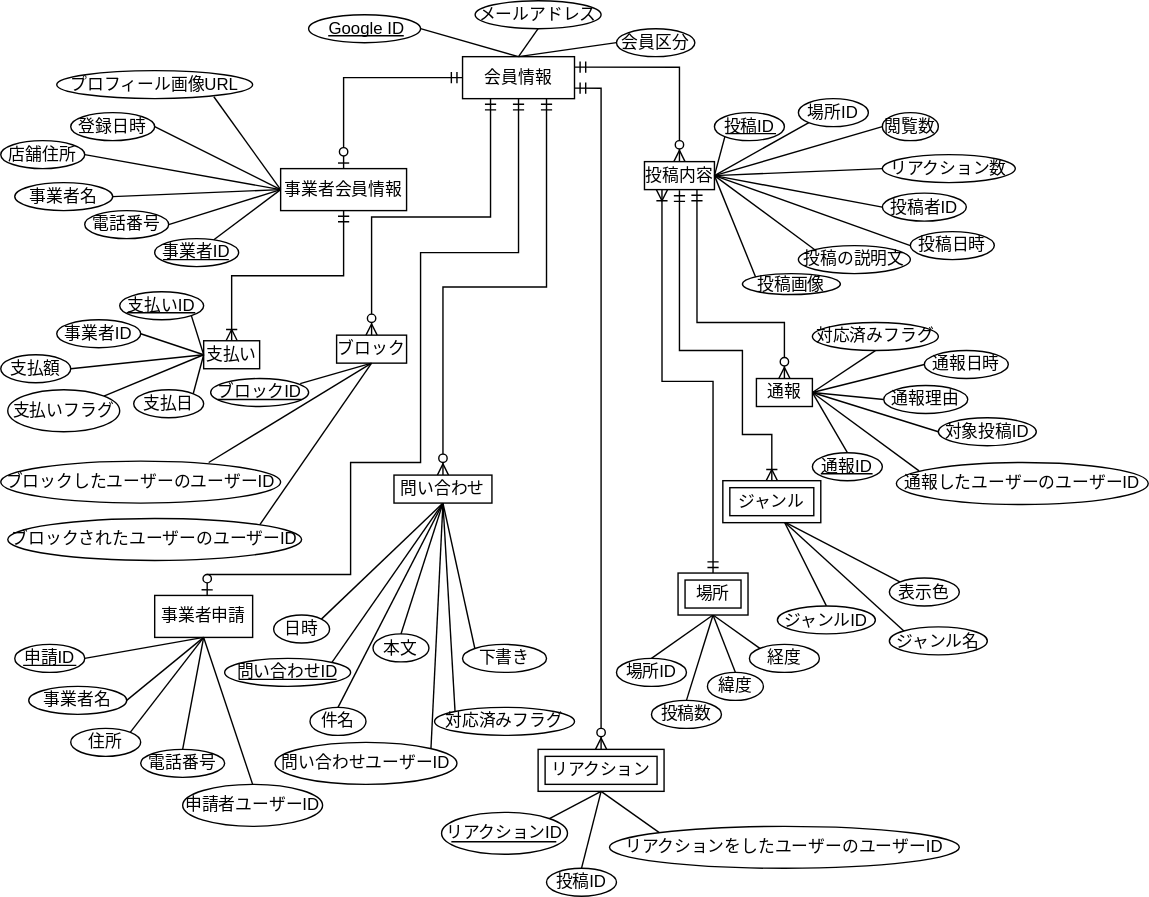
Before: sections/section8_database.svg, a diagram exported from draw.io (KUT-Group12/external-design). Source tidied: cells renumbered, new cells last; positions are measured from the earlier drawing's top-left corner, leaving out a move shared by most shapes.
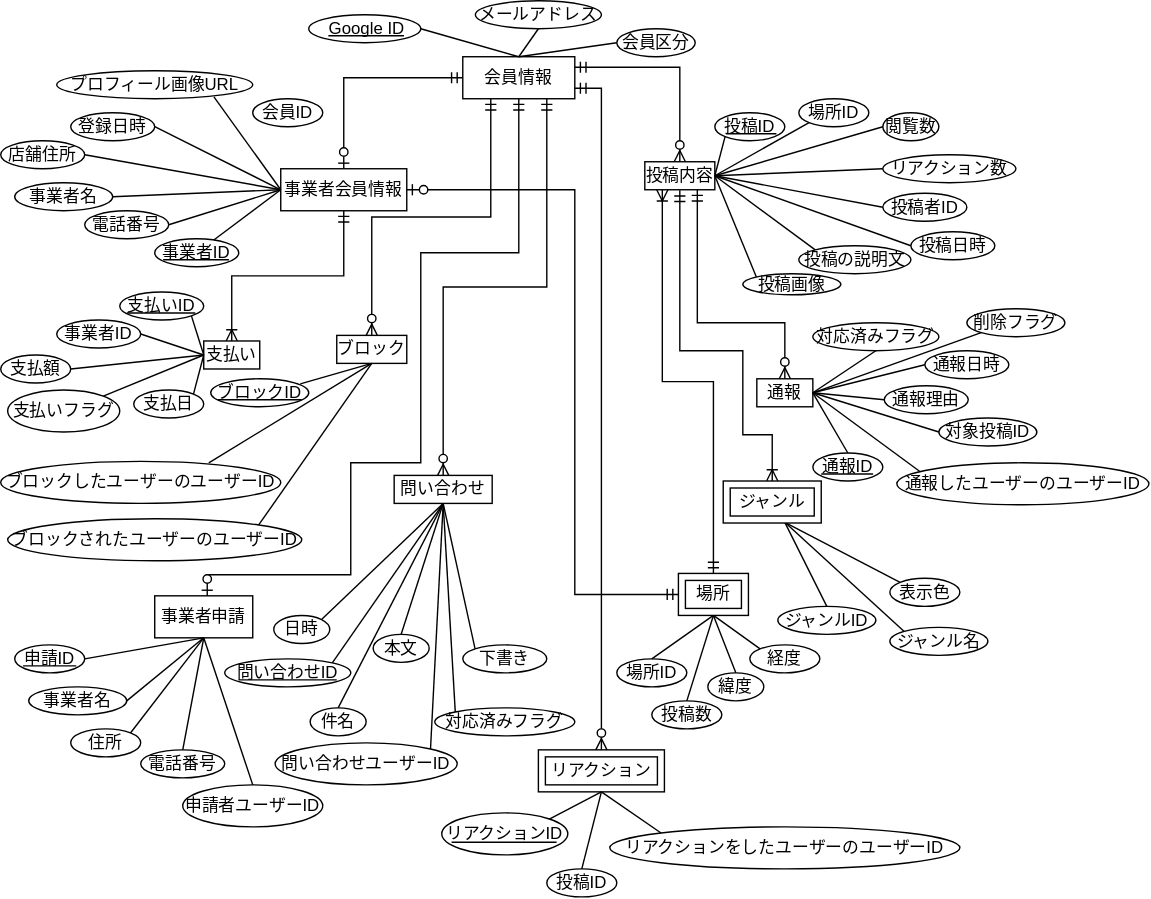
The same diagram one commit later.

Commit message:
docs : データベース設計を修正

- 通報テーブルに投稿の削除フラグを追加
- 問い合わせテーブルから下書きを削除
- 会員テーブルから事業者IDを削除
- 事業者テーブルに会員IDを追加
- 事業者テーブルと場所テーブルをつなげた

Diff of the diagram source:
```diff
@@ -185,7 +185,7 @@
       <mxGeometry relative="1" as="geometry" />
     </mxCell>
     <mxCell id="58" style="group;" parent="1" vertex="1">
-      <mxGeometry x="490" y="230" width="280" height="130" as="geometry" />
+      <mxGeometry x="490" y="230" width="290" height="130" as="geometry" />
     </mxCell>
     <mxCell id="59" value="通報" style="whiteSpace=wrap;html=1;align=center;" parent="58" vertex="1">
       <mxGeometry x="50" y="40" width="40" height="20" as="geometry" />
@@ -252,6 +252,12 @@
         </Array>
       </mxGeometry>
     </mxCell>
+    <mxCell id="146" value="削除フラグ" style="ellipse;whiteSpace=wrap;html=1;align=center;" parent="58" vertex="1">
+      <mxGeometry x="200" y="-10" width="70" height="20" as="geometry" />
+    </mxCell>
+    <mxCell id="147" style="endArrow=none;html=1;rounded=0;entryX=1;entryY=0.5;entryDx=0;entryDy=0;exitX=0;exitY=1;exitDx=0;exitDy=0;" parent="58" edge="1" source="146" target="59">
+      <mxGeometry relative="1" as="geometry" />
+    </mxCell>
     <mxCell id="74" value="ブロックしたユーザーのユーザーID" style="ellipse;whiteSpace=wrap;html=1;align=center;" parent="1" vertex="1">
       <mxGeometry y="329" width="200" height="30" as="geometry" />
     </mxCell>
@@ -491,5 +497,16 @@
     <mxCell id="145" style="endArrow=none;html=1;rounded=0;entryX=0.5;entryY=1;entryDx=0;entryDy=0;exitX=0;exitY=0;exitDx=0;exitDy=0;" parent="1" edge="1" source="141" target="136">
       <mxGeometry relative="1" as="geometry" />
     </mxCell>
+    <mxCell id="148" value="会員ID" style="ellipse;whiteSpace=wrap;html=1;align=center;" parent="1" vertex="1">
+      <mxGeometry x="180" y="70" width="50" height="20" as="geometry" />
+    </mxCell>
+    <mxCell id="149" style="edgeStyle=orthogonalEdgeStyle;fontSize=12;html=1;endArrow=ERzeroToOne;startArrow=ERmandOne;rounded=0;entryX=1;entryY=0.5;entryDx=0;entryDy=0;exitX=0;exitY=0.5;exitDx=0;exitDy=0;" parent="1" edge="1" source="92" target="9">
+      <mxGeometry relative="1" as="geometry">
+        <Array as="points">
+          <mxPoint x="410" y="424" />
+          <mxPoint x="410" y="135" />
+        </Array>
+      </mxGeometry>
+    </mxCell>
   </root>
 </mxGraphModel>
```
